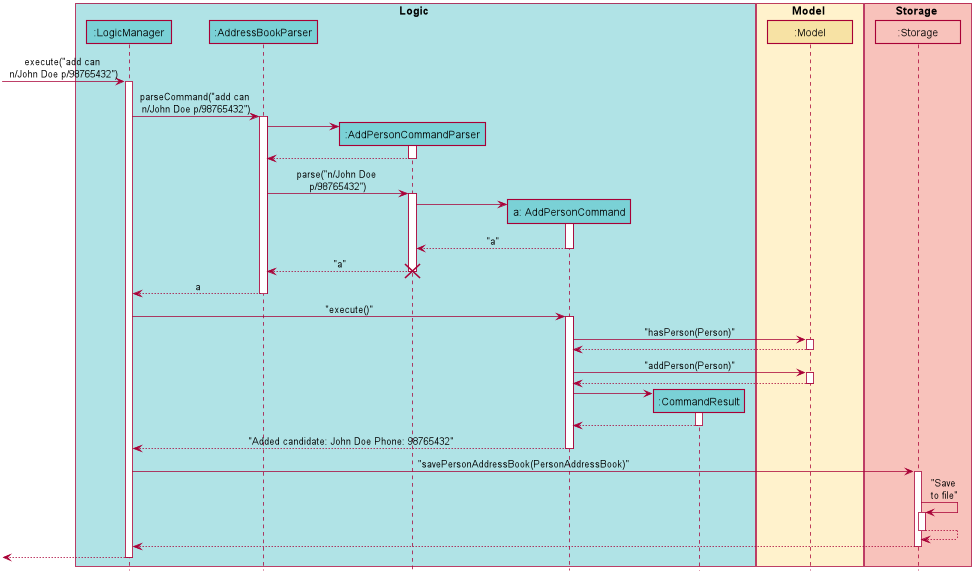
Above: docs/images/AddSequenceDiagram.png in vanGoghhh/tp (PlantUML), before the change.
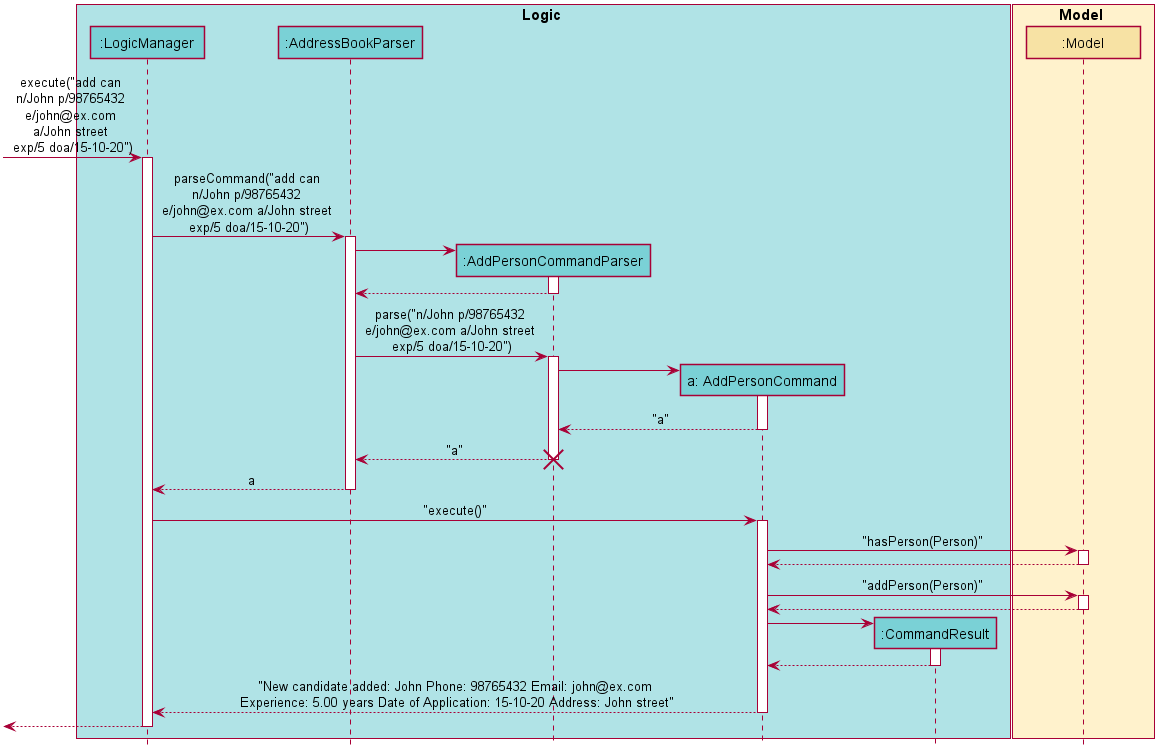
After the change.

The edit, as a diff of the source:
```diff
@@ -49,8 +49,6 @@
 hide circle
 
 
-
-
 box Logic #B0E3E6
 participant ":LogicManager" as LogicManager #7AD1D6
 participant ":AddressBookParser" as AddressBookParser #7AD1D6
@@ -64,14 +62,10 @@
 participant ":Model" as Model #F7E2A4
 end box
 
-box Storage #F8C2BB
-participant ":Storage" as Storage #F8C2BB
-end box
-
-[-> LogicManager : execute("add can \nn/John Doe p/98765432")
+[-> LogicManager : execute("add can \nn/John p/98765432 \ne/john@ex.com \na/John street \nexp/5 doa/15-10-20")
 activate LogicManager
 
-LogicManager -> AddressBookParser : parseCommand("add can \nn/John Doe p/98765432")
+LogicManager -> AddressBookParser : parseCommand("add can \nn/John p/98765432 \ne/john@ex.com a/John street \nexp/5 doa/15-10-20")
 activate AddressBookParser
 
 create AddPersonCommandParser
@@ -81,7 +75,7 @@
 AddPersonCommandParser --> AddressBookParser
 deactivate AddPersonCommandParser
 
-AddressBookParser -> AddPersonCommandParser : parse("n/John Doe \np/98765432")
+AddressBookParser -> AddPersonCommandParser : parse("n/John p/98765432 \ne/john@ex.com a/John street \nexp/5 doa/15-10-20")
 activate AddPersonCommandParser
 
 create AddPersonCommand
@@ -122,18 +116,8 @@
 CommandResult --> AddPersonCommand
 deactivate CommandResult
 
-AddPersonCommand --> LogicManager : "Added candidate: John Doe Phone: 98765432"
+AddPersonCommand --> LogicManager : "New candidate added: John Phone: 98765432 Email: john@ex.com \nExperience: 5.00 years Date of Application: 15-10-20 Address: John street"
 deactivate AddPersonCommand
-
-LogicManager -> Storage : "savePersonAddressBook(PersonAddressBook)"
-activate Storage
-Storage -> Storage: "Save \nto file"
-activate Storage
-Storage --> Storage
-deactivate Storage
-
-Storage --> LogicManager
-deactivate Storage
 
 [<--LogicManager
 deactivate LogicManager
```
